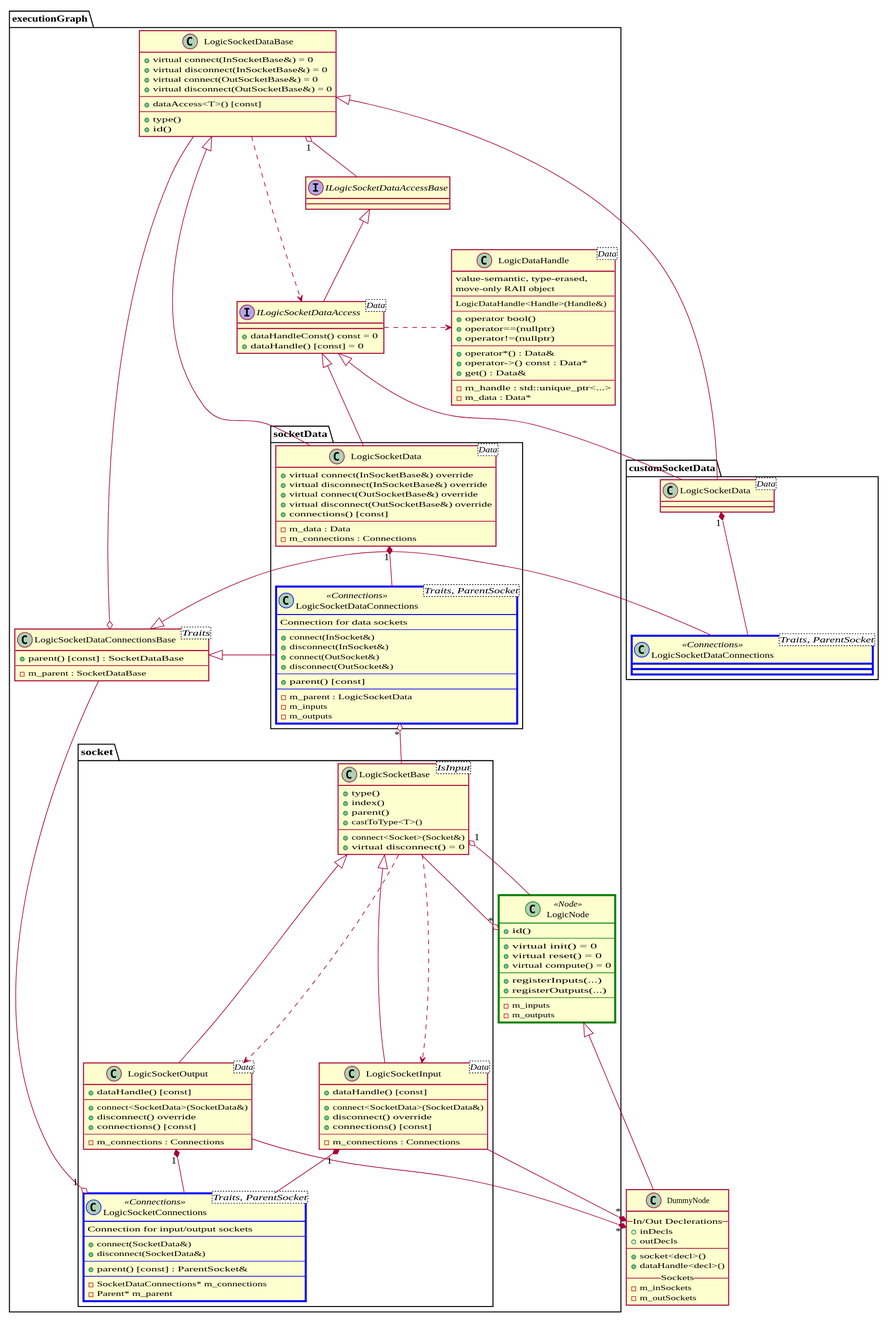
This is docs/design/core.svg from gabyx/ExecutionGraph, a PlantUML export, as it was before one commit. Source of this version:
```plantuml
@startuml core
set namespaceSeparator ::
skinparam shadowing false
skinparam defaultFontName "Fira Code"
skinparam nodesep 100

skinparam class{
    BorderColor<< Connections >> Blue
    BorderThickness<< Connections >> 3

    BorderColor<< Node >> Green
    BorderThickness<< Node >> 3
}

class DummyNode{
    --  In/Out Declerations --
    + inDecls
    + outDecls
    --
    + socket<decl>()
    + dataHandle<decl>()
    -- Sockets --
    - m_inSockets
    - m_outSockets
}

namespace customSocketData{
    class LogicSocketDataConnections<Traits, ParentSocket> << Connections >> {
    }

    class LogicSocketData<Data>{
    }
}

namespace executionGraph{

    class LogicNode <<Node>> {
        + id()
        --
        + virtual init() = 0
        + virtual reset() = 0
        + virtual compute() = 0
        --
        + registerInputs(...)
        + registerOutputs(...)
        --
        - m_inputs
        - m_outputs
    }

    namespace socket {

        class LogicSocketInput<Data> {
            + dataHandle() [const]
            --
            + connect<SocketData>(SocketData&)
            + disconnect() override
            + connections() [const]
            --
            - m_connections : Connections
        }

        class LogicSocketOutput<Data> {
            + dataHandle() [const]
            --
            + connect<SocketData>(SocketData&)
            + disconnect() override
            + connections() [const]
            --
            - m_connections : Connections
        }

        class LogicSocketBase<IsInput> {
            + type()
            + index()
            + parent()
            + castToType<T>()
            --
            + connect<Socket>(Socket&)
            + virtual disconnect() = 0
        }

        class LogicSocketConnections<Traits, ParentSocket> << Connections >> {
            Connection for input/output sockets
            --
            + connect(SocketData&)
            + disconnect(SocketData&)
            --
            + parent() [const] : ParentSocket&
            --
            - SocketDataConnections* m_connections
            - Parent* m_parent
        }
    }

    class LogicSocketDataConnectionsBase<Traits>
    {
        + parent() [const] : SocketDataBase
        --
        - m_parent : SocketDataBase
    }

    namespace socketData{
        class LogicSocketDataConnections<Traits, ParentSocket> << Connections >> {
            Connection for data sockets
            --
            + connect(InSocket&)
            + disconnect(InSocket&)
            + connect(OutSocket&)
            + disconnect(OutSocket&)
            --
            + parent() [const]
            --
            - m_parent : LogicSocketData
            - m_inputs
            - m_outputs
        }

        class LogicSocketData<Data>{
            + virtual connect(InSocketBase&) override
            + virtual disconnect(InSocketBase&) override
            + virtual connect(OutSocketBase&) override
            + virtual disconnect(OutSocketBase&) override
            + connections() [const]
            --
            - m_data : Data
            - m_connections : Connections
        }



    }

    class LogicDataHandle<Data>
    {
        value-semantic, type-erased,
        move-only RAII object
        --
        LogicDataHandle<Handle>(Handle&)
        --
        + operator bool()
        + operator==(nullptr)
        + operator!=(nullptr)
        --
        + operator*() : Data&
        + operator->() const : Data*
        + get() : Data&
        --
        - m_handle : std::unique_ptr<...>
        - m_data : Data*
    }

    interface ILogicSocketDataAccessBase
    interface ILogicSocketDataAccess<Data>
    {
        + dataHandleConst() const = 0
        + dataHandle() [const] = 0
    }

    class LogicSocketDataBase{
        + virtual connect(InSocketBase&) = 0
        + virtual disconnect(InSocketBase&) = 0
        + virtual connect(OutSocketBase&) = 0
        + virtual disconnect(OutSocketBase&) = 0
        --
        + dataAccess<T>() [const]
        --
        + type()
        + id()
    }
}

executionGraph::socket::LogicSocketInput -up-|> executionGraph::socket::LogicSocketBase
executionGraph::socket::LogicSocketOutput -up-|> executionGraph::socket::LogicSocketBase

executionGraph::LogicNode "*" o-up- executionGraph::socket::LogicSocketBase

DummyNode "*" *-up- executionGraph::socket::LogicSocketInput
DummyNode "*" *-up- executionGraph::socket::LogicSocketOutput

executionGraph::socket::LogicSocketInput "1" *-- executionGraph::socket::LogicSocketConnections
executionGraph::socket::LogicSocketOutput "1" *-- executionGraph::socket::LogicSocketConnections

executionGraph::socket::LogicSocketBase "1" o-down- executionGraph::LogicNode
executionGraph::socket::LogicSocketBase ...> executionGraph::socket::LogicSocketInput
executionGraph::socket::LogicSocketBase ...> executionGraph::socket::LogicSocketOutput

executionGraph::ILogicSocketDataAccess -up-|> executionGraph::ILogicSocketDataAccessBase
executionGraph::ILogicSocketDataAccess .right.> executionGraph::LogicDataHandle

executionGraph::socketData::LogicSocketData -up-|> executionGraph::LogicSocketDataBase
executionGraph::socketData::LogicSocketData -up-|> executionGraph::ILogicSocketDataAccess

executionGraph::LogicSocketDataBase ...> executionGraph::ILogicSocketDataAccess
executionGraph::LogicSocketDataBase "1" o-down- executionGraph::ILogicSocketDataAccessBase

executionGraph::socketData::LogicSocketDataConnections "*" o-down- executionGraph::socket::LogicSocketBase
executionGraph::socketData::LogicSocketDataConnections -left-|> executionGraph::LogicSocketDataConnectionsBase

executionGraph::LogicSocketDataConnectionsBase o-up- executionGraph::LogicSocketDataBase

executionGraph::socketData::LogicSocketData "1" *-down- executionGraph::socketData::LogicSocketDataConnections

executionGraph::socket::LogicSocketConnections "1" o-up- executionGraph::LogicSocketDataConnectionsBase

customSocketData::LogicSocketDataConnections -right-|> executionGraph::LogicSocketDataConnectionsBase
customSocketData::LogicSocketData -right-|> executionGraph::LogicSocketDataBase
customSocketData::LogicSocketData -up-|> executionGraph::ILogicSocketDataAccess
customSocketData::LogicSocketData "1" *-down- customSocketData::LogicSocketDataConnections
DummyNode -up-|> executionGraph::LogicNode


@enduml
```
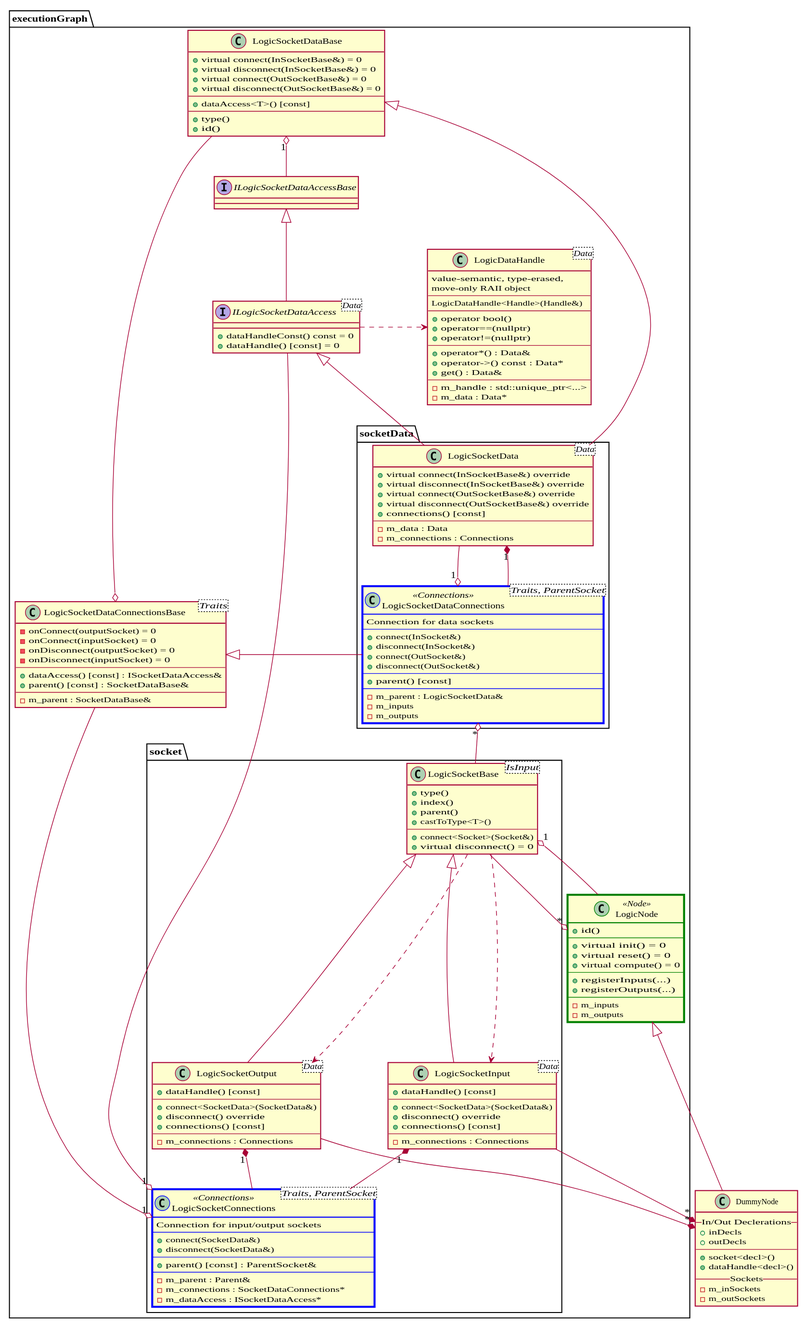
After the commit.

Commit message:
Cleanup- Unncecessary pointers removed.- Store data access directly.

The edit, as a diff of the source:
```diff
@@ -24,13 +24,6 @@
     - m_outSockets
 }
 
-namespace customSocketData{
-    class LogicSocketDataConnections<Traits, ParentSocket> << Connections >> {
-    }
-
-    class LogicSocketData<Data>{
-    }
-}
 
 namespace executionGraph{
 
@@ -88,16 +81,23 @@
             --
             + parent() [const] : ParentSocket&
             --
-            - SocketDataConnections* m_connections
-            - Parent* m_parent
+            - m_parent : Parent&
+            - m_connections : SocketDataConnections*
+            - m_dataAccess : ISocketDataAccess*
         }
     }
 
     class LogicSocketDataConnectionsBase<Traits>
     {
-        + parent() [const] : SocketDataBase
+        - onConnect(outputSocket) = 0
+        - onConnect(inputSocket)  = 0
+        - onDisconnect(outputSocket)  = 0
+        - onDisconnect(inputSocket)  = 0
         --
-        - m_parent : SocketDataBase
+        + dataAccess() [const] : ISocketDataAccess&
+        + parent() [const] : SocketDataBase&
+        --
+        - m_parent : SocketDataBase&
     }
 
     namespace socketData{
@@ -111,7 +111,7 @@
             --
             + parent() [const]
             --
-            - m_parent : LogicSocketData
+            - m_parent : LogicSocketData&
             - m_inputs
             - m_outputs
         }
@@ -191,22 +191,19 @@
 executionGraph::socketData::LogicSocketData -up-|> executionGraph::LogicSocketDataBase
 executionGraph::socketData::LogicSocketData -up-|> executionGraph::ILogicSocketDataAccess
 
-executionGraph::LogicSocketDataBase ...> executionGraph::ILogicSocketDataAccess
 executionGraph::LogicSocketDataBase "1" o-down- executionGraph::ILogicSocketDataAccessBase
 
 executionGraph::socketData::LogicSocketDataConnections "*" o-down- executionGraph::socket::LogicSocketBase
 executionGraph::socketData::LogicSocketDataConnections -left-|> executionGraph::LogicSocketDataConnectionsBase
+executionGraph::socketData::LogicSocketDataConnections "1" o-up- executionGraph::socketData::LogicSocketData
 
 executionGraph::LogicSocketDataConnectionsBase o-up- executionGraph::LogicSocketDataBase
 
 executionGraph::socketData::LogicSocketData "1" *-down- executionGraph::socketData::LogicSocketDataConnections
 
 executionGraph::socket::LogicSocketConnections "1" o-up- executionGraph::LogicSocketDataConnectionsBase
+executionGraph::socket::LogicSocketConnections "1" o-up- executionGraph::ILogicSocketDataAccess
 
-customSocketData::LogicSocketDataConnections -right-|> executionGraph::LogicSocketDataConnectionsBase
-customSocketData::LogicSocketData -right-|> executionGraph::LogicSocketDataBase
-customSocketData::LogicSocketData -up-|> executionGraph::ILogicSocketDataAccess
-customSocketData::LogicSocketData "1" *-down- customSocketData::LogicSocketDataConnections
 DummyNode -up-|> executionGraph::LogicNode
 
 
```
